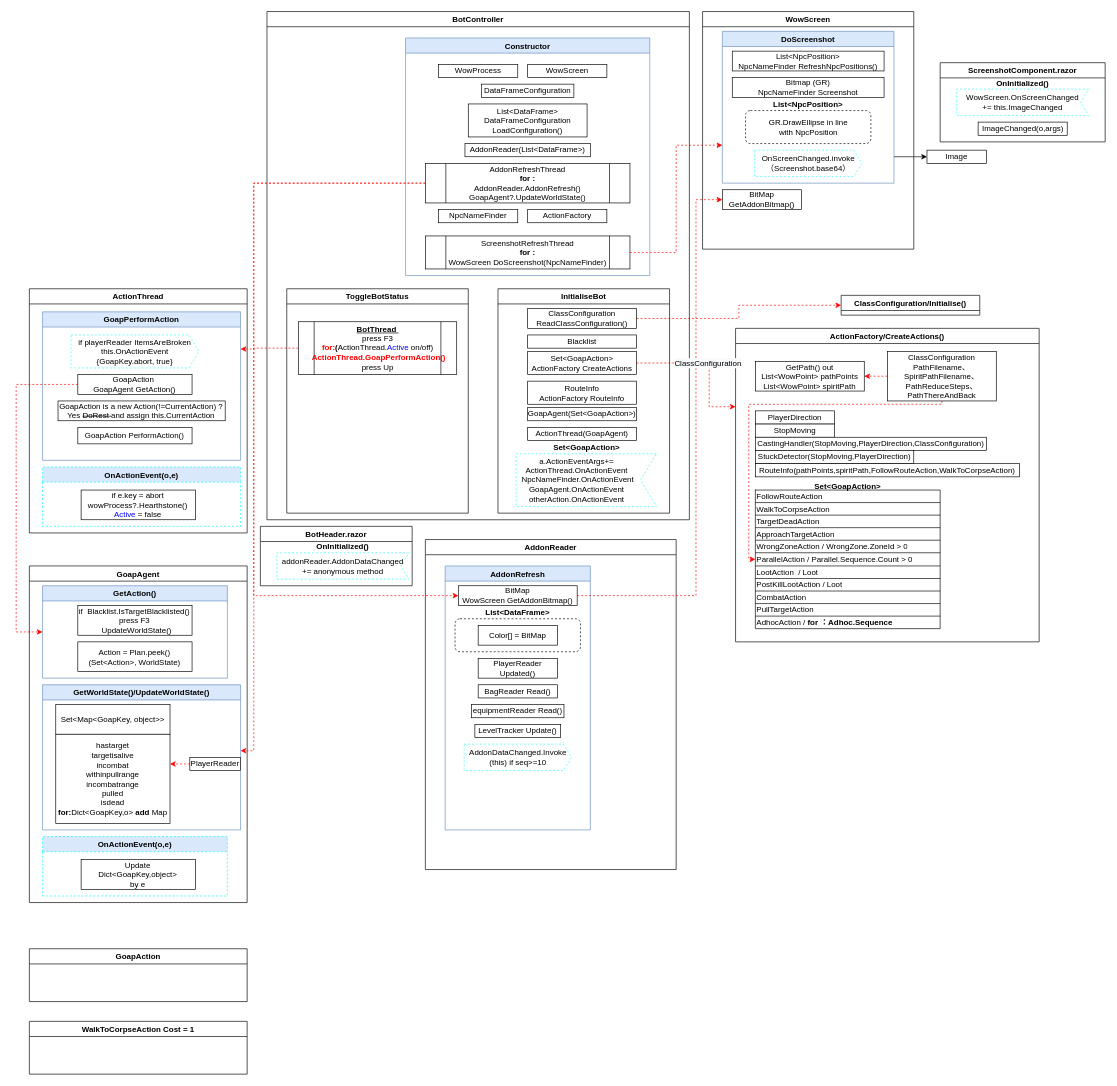
YannieCheung/botgrams keeps this draw.io diagram as BotPlan_1.drawio. Above is the earlier version. Source tidied: cells renumbered, new cells numbered last; positions are measured from the earlier drawing's top-left corner, leaving out a move shared by most shapes. Both pictures are drawn from the tidied source at 66%, with x=0, y=0 at pixel (16, 11).
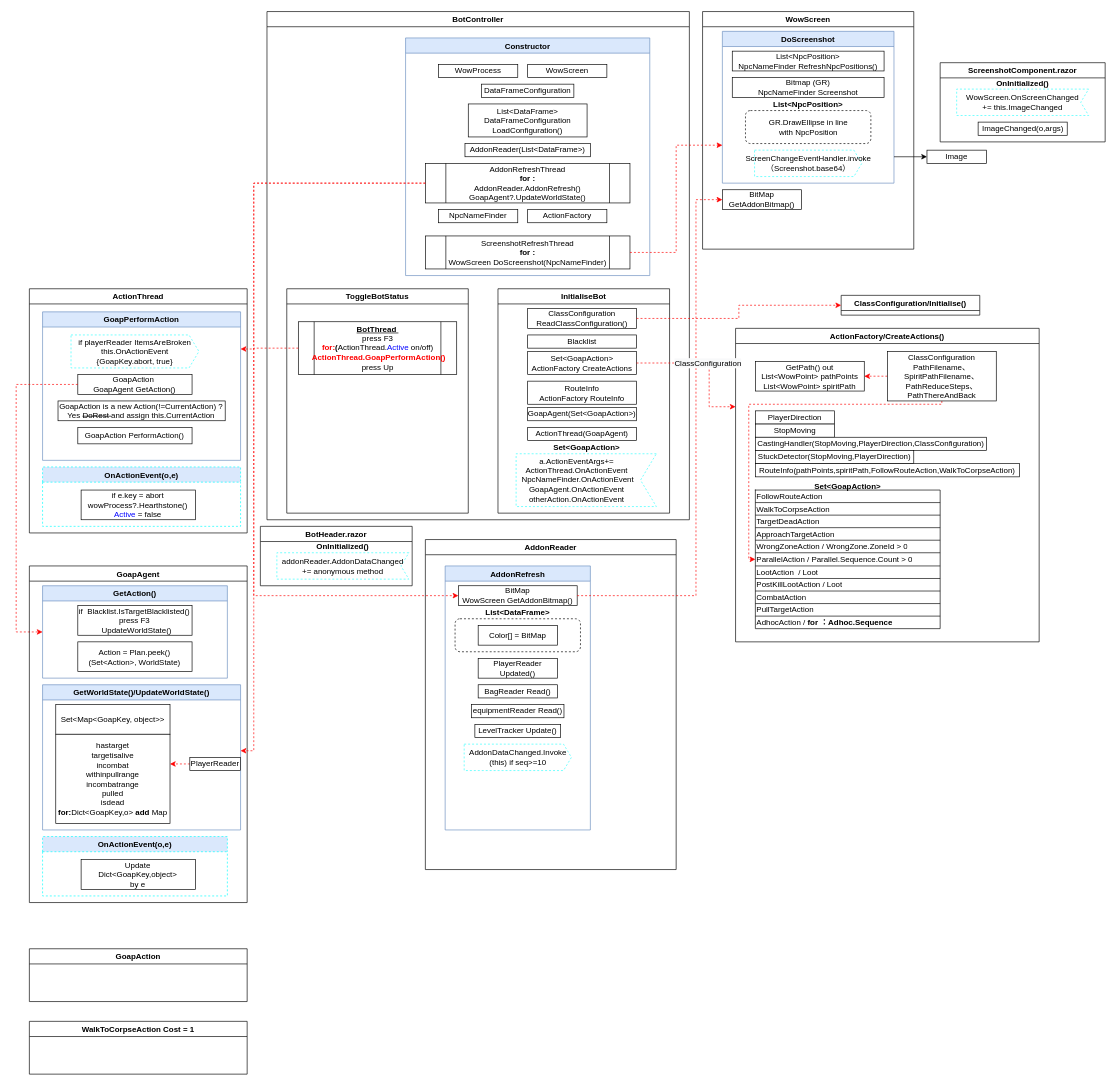
The same page after the edit.

Unchanged cells that the change refers to:
```xml
<mxCell id="25" value="DoScreenshot" style="swimlane;strokeColor=#6c8ebf;fillColor=#dae8fc;" parent="24" vertex="1">
  <mxGeometry x="30" y="30" width="260" height="230" as="geometry" />
</mxCell>
```

What changed in the source:
```diff
@@
-    <mxCell id="30" value="OnScreenChanged.invoke&#10;（Screenshot.base64）" style="shape=mxgraph.sysml.sendSigAct;whiteSpace=wrap;align=center;dashed=1;strokeColor=#33FFFF;" parent="25" vertex="1">
+    <mxCell id="30" value="ScreenChangeEventHandler.invoke&#10;（Screenshot.base64）" style="shape=mxgraph.sysml.sendSigAct;whiteSpace=wrap;align=center;dashed=1;strokeColor=#33FFFF;" parent="25" vertex="1">
       <mxGeometry x="48.8" y="180" width="162.5" height="40" as="geometry" />
     </mxCell>
```
